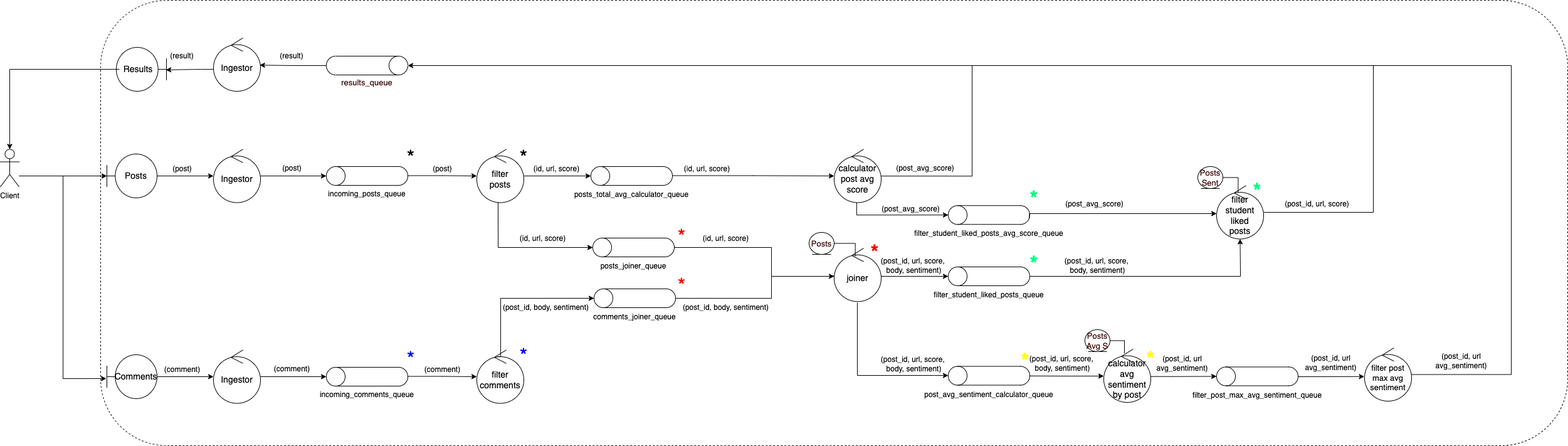
sankle/tp2-distribuidos keeps this draw.io diagram as docs/robustez.png. Above is the earlier version. Source tidied: cells renumbered, new cells last; positions are measured from the earlier drawing's top-left corner, leaving out a move shared by most shapes.
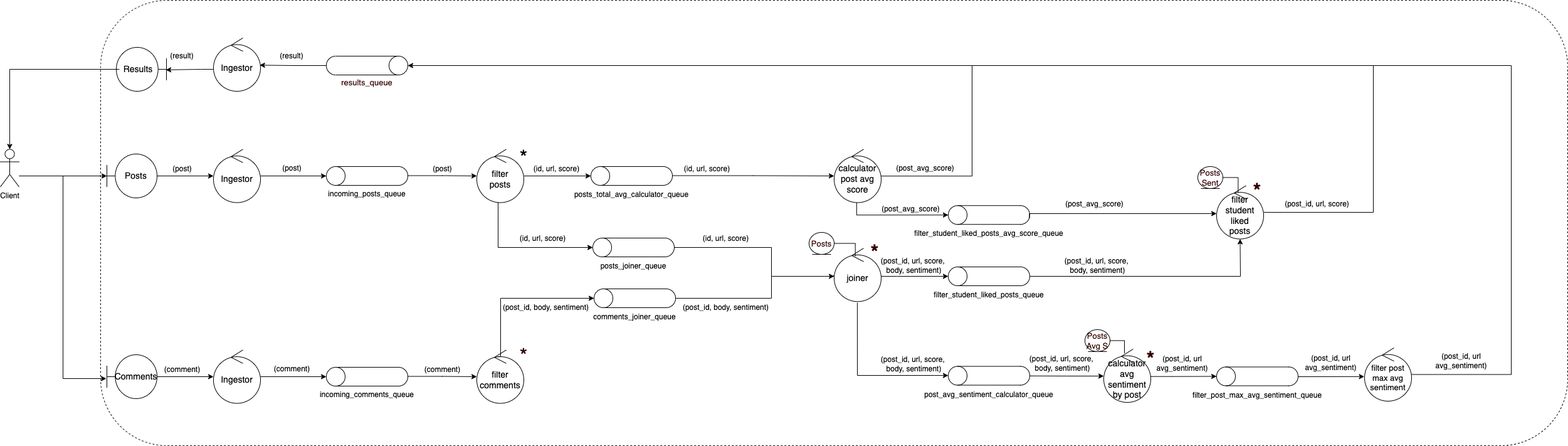
The same diagram one commit later.

The edit, as a diff of the source:
```diff
@@ -399,37 +399,16 @@
     <mxCell id="100" value="&lt;font style=&quot;font-size: 32px;&quot;&gt;*&lt;/font&gt;" style="text;html=1;strokeColor=none;fillColor=none;align=center;verticalAlign=middle;whiteSpace=wrap;rounded=0;dashed=1;" parent="1" vertex="1">
       <mxGeometry x="820" y="244.5" width="30" height="13" as="geometry" />
     </mxCell>
-    <mxCell id="101" value="&lt;font style=&quot;font-size: 32px;&quot;&gt;*&lt;/font&gt;" style="text;html=1;strokeColor=none;fillColor=none;align=center;verticalAlign=middle;whiteSpace=wrap;rounded=0;dashed=1;" parent="1" vertex="1">
-      <mxGeometry x="640" y="244.5" width="30" height="13" as="geometry" />
-    </mxCell>
-    <mxCell id="102" value="&lt;font color=&quot;#0000ff&quot; style=&quot;font-size: 32px;&quot;&gt;*&lt;/font&gt;" style="text;html=1;strokeColor=none;fillColor=none;align=center;verticalAlign=middle;whiteSpace=wrap;rounded=0;dashed=1;" parent="1" vertex="1">
-      <mxGeometry x="640" y="565" width="30" height="13" as="geometry" />
-    </mxCell>
-    <mxCell id="103" value="&lt;font color=&quot;#0000ff&quot; style=&quot;font-size: 32px;&quot;&gt;*&lt;/font&gt;" style="text;html=1;strokeColor=none;fillColor=none;align=center;verticalAlign=middle;whiteSpace=wrap;rounded=0;dashed=1;" parent="1" vertex="1">
+    <mxCell id="103" value="&lt;font color=&quot;#330000&quot; style=&quot;font-size: 32px;&quot;&gt;*&lt;/font&gt;" style="text;html=1;strokeColor=none;fillColor=none;align=center;verticalAlign=middle;whiteSpace=wrap;rounded=0;dashed=1;" parent="1" vertex="1">
       <mxGeometry x="820" y="560" width="30" height="13" as="geometry" />
     </mxCell>
-    <mxCell id="104" value="&lt;font color=&quot;#ff0000&quot; style=&quot;font-size: 32px;&quot;&gt;*&lt;/font&gt;" style="text;html=1;strokeColor=none;fillColor=none;align=center;verticalAlign=middle;whiteSpace=wrap;rounded=0;dashed=1;" parent="1" vertex="1">
-      <mxGeometry x="1072" y="448.5" width="30" height="13" as="geometry" />
-    </mxCell>
-    <mxCell id="105" value="&lt;font color=&quot;#ff0000&quot; style=&quot;font-size: 32px;&quot;&gt;*&lt;/font&gt;" style="text;html=1;strokeColor=none;fillColor=none;align=center;verticalAlign=middle;whiteSpace=wrap;rounded=0;dashed=1;" parent="1" vertex="1">
-      <mxGeometry x="1072" y="370" width="30" height="13" as="geometry" />
-    </mxCell>
-    <mxCell id="106" value="&lt;font color=&quot;#ff0000&quot; style=&quot;font-size: 32px;&quot;&gt;&lt;b&gt;*&lt;/b&gt;&lt;/font&gt;" style="text;html=1;align=center;verticalAlign=middle;whiteSpace=wrap;rounded=0;dashed=1;" parent="1" vertex="1">
+    <mxCell id="106" value="&lt;font color=&quot;#330000&quot; style=&quot;font-size: 32px;&quot;&gt;&lt;b style=&quot;&quot;&gt;*&lt;/b&gt;&lt;/font&gt;" style="text;html=1;align=center;verticalAlign=middle;whiteSpace=wrap;rounded=0;dashed=1;" parent="1" vertex="1">
       <mxGeometry x="1380" y="395" width="30" height="13" as="geometry" />
     </mxCell>
-    <mxCell id="107" value="&lt;b style=&quot;color: rgb(0, 255, 128); font-size: 32px;&quot;&gt;*&lt;/b&gt;" style="text;html=1;align=center;verticalAlign=middle;whiteSpace=wrap;rounded=0;dashed=1;" parent="1" vertex="1">
-      <mxGeometry x="1634" y="309.5" width="30" height="13" as="geometry" />
-    </mxCell>
-    <mxCell id="108" value="&lt;b style=&quot;color: rgb(0, 255, 128); font-size: 32px;&quot;&gt;*&lt;/b&gt;" style="text;html=1;align=center;verticalAlign=middle;whiteSpace=wrap;rounded=0;dashed=1;" parent="1" vertex="1">
-      <mxGeometry x="1634" y="413.5" width="30" height="13" as="geometry" />
-    </mxCell>
-    <mxCell id="109" value="&lt;b style=&quot;color: rgb(0, 255, 128); font-size: 32px;&quot;&gt;*&lt;/b&gt;" style="text;html=1;align=center;verticalAlign=middle;whiteSpace=wrap;rounded=0;dashed=1;" parent="1" vertex="1">
+    <mxCell id="109" value="&lt;b style=&quot;font-size: 32px;&quot;&gt;&lt;font color=&quot;#330000&quot;&gt;*&lt;/font&gt;&lt;/b&gt;" style="text;html=1;align=center;verticalAlign=middle;whiteSpace=wrap;rounded=0;dashed=1;" parent="1" vertex="1">
       <mxGeometry x="1990" y="297.5" width="30" height="13" as="geometry" />
     </mxCell>
-    <mxCell id="110" value="&lt;b style=&quot;font-size: 32px;&quot;&gt;&lt;font color=&quot;#ffff00&quot;&gt;*&lt;/font&gt;&lt;/b&gt;" style="text;html=1;align=center;verticalAlign=middle;whiteSpace=wrap;rounded=0;dashed=1;" parent="1" vertex="1">
-      <mxGeometry x="1620" y="568.5" width="30" height="13" as="geometry" />
-    </mxCell>
-    <mxCell id="111" value="&lt;b style=&quot;font-size: 32px;&quot;&gt;&lt;font color=&quot;#ffff00&quot;&gt;*&lt;/font&gt;&lt;/b&gt;" style="text;html=1;align=center;verticalAlign=middle;whiteSpace=wrap;rounded=0;dashed=1;" parent="1" vertex="1">
+    <mxCell id="111" value="&lt;b style=&quot;font-size: 32px;&quot;&gt;&lt;font color=&quot;#330000&quot;&gt;*&lt;/font&gt;&lt;/b&gt;" style="text;html=1;align=center;verticalAlign=middle;whiteSpace=wrap;rounded=0;dashed=1;" parent="1" vertex="1">
       <mxGeometry x="1820" y="565" width="30" height="13" as="geometry" />
     </mxCell>
     <mxCell id="112" value="&lt;font style=&quot;font-size: 13px;&quot; color=&quot;#330000&quot;&gt;results_queue&lt;/font&gt;" style="text;html=1;strokeColor=none;fillColor=none;align=center;verticalAlign=middle;whiteSpace=wrap;rounded=0;dashed=1;fontSize=32;fontColor=#FFFF00;" parent="1" vertex="1">
```
